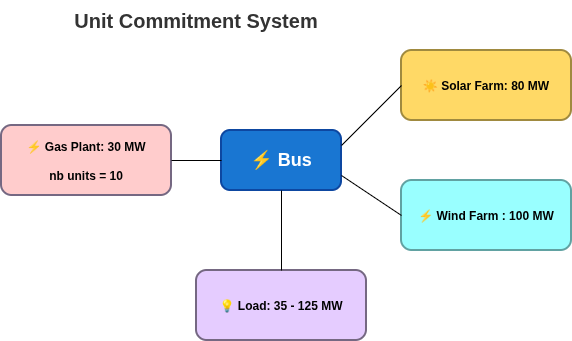
Above: doc/assets/2_Scheme_QSE2_Unit_Com_System.png in AntaresSimulatorTeam/GEMS (draw.io), before the change. Source tidied: cells renumbered, new cells last; positions are measured from the earlier drawing's top-left corner, leaving out a move shared by most shapes.
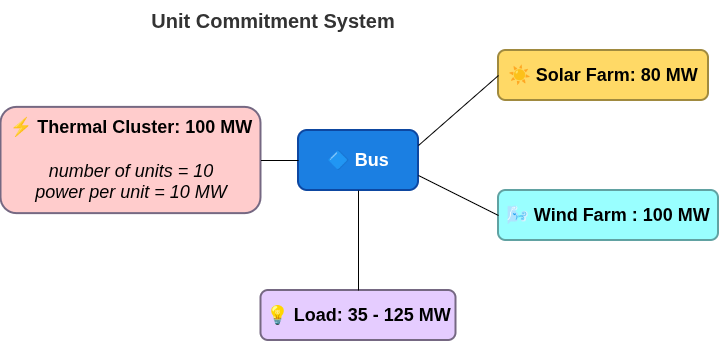
Above is the later version.

Commit message:
Rename theral cluster & Change the power max of cluster and units

Change to the diagram source:
```diff
@@ -2,32 +2,32 @@
   <root>
     <mxCell id="0" />
     <mxCell id="1" parent="0" />
-    <mxCell id="2" value="&lt;b style=&quot;color: rgb(0, 0, 0); font-size: 12px; text-align: left;&quot;&gt;☀️ Solar Farm: 80 MW&lt;/b&gt;" style="rounded=1;whiteSpace=wrap;html=1;fillColor=#FFD966;strokeColor=#A08A3F;strokeWidth=2;fontSize=14;fontColor=#FFFFFF;" parent="1" vertex="1">
-      <mxGeometry x="400" y="50" width="170" height="70" as="geometry" />
+    <mxCell id="2" value="&lt;b style=&quot;color: rgb(0, 0, 0); font-size: 18px; text-align: left;&quot;&gt;☀️ Solar Farm: 80 MW&lt;/b&gt;" style="rounded=1;whiteSpace=wrap;html=1;fillColor=#FFD966;strokeColor=#A08A3F;strokeWidth=2;fontSize=14;fontColor=#FFFFFF;" parent="1" vertex="1">
+      <mxGeometry x="420" y="50" width="210" height="50" as="geometry" />
     </mxCell>
-    <mxCell id="3" value="&lt;span style=&quot;font-size: 18px; font-weight: 700;&quot;&gt;⚡ Bus&lt;/span&gt;" style="rounded=1;whiteSpace=wrap;html=1;fillColor=#1976D2;strokeColor=#0D47A1;strokeWidth=2;fontSize=14;fontColor=#FFFFFF;" parent="1" vertex="1">
+    <mxCell id="3" value="&lt;span style=&quot;font-size: 18px; font-weight: 700;&quot;&gt;🔷 Bus&lt;/span&gt;" style="rounded=1;whiteSpace=wrap;html=1;fillColor=#1B7FE2;strokeColor=#0D47A1;strokeWidth=2;fontSize=14;fontColor=#FFFFFF;" parent="1" vertex="1">
       <mxGeometry x="220" y="130" width="120" height="60" as="geometry" />
     </mxCell>
     <mxCell id="4" value="Unit Commitment System" style="text;html=1;strokeColor=none;fillColor=none;align=center;verticalAlign=middle;whiteSpace=wrap;rounded=0;fontSize=20;fontStyle=1;fontColor=#333333;" parent="1" vertex="1">
       <mxGeometry x="60" width="270" height="40" as="geometry" />
     </mxCell>
     <mxCell id="5" style="group;" parent="1" vertex="1">
-      <mxGeometry x="195" y="270" width="170" height="70" as="geometry" />
+      <mxGeometry x="182.5" y="290" width="195" height="50" as="geometry" />
     </mxCell>
-    <mxCell id="6" value="&lt;span style=&quot;color: rgb(0, 0, 0); font-size: 12px; font-weight: 700; text-align: left;&quot;&gt;💡 Load: 35 - 125 MW&lt;/span&gt;" style="rounded=1;whiteSpace=wrap;html=1;fillColor=#E5CCFF;strokeColor=#756882;strokeWidth=2;fontSize=14;fontColor=#FFFFFF;" parent="5" vertex="1">
-      <mxGeometry width="170" height="70" as="geometry" />
+    <mxCell id="6" value="&lt;span style=&quot;color: rgb(0, 0, 0); font-size: 18px; font-weight: 700; text-align: left;&quot;&gt;💡 Load: 35 - 125 MW&lt;/span&gt;" style="rounded=1;whiteSpace=wrap;html=1;fillColor=#E5CCFF;strokeColor=#756882;strokeWidth=2;fontSize=14;fontColor=#FFFFFF;" parent="5" vertex="1">
+      <mxGeometry width="195" height="50" as="geometry" />
     </mxCell>
     <mxCell id="7" style="group;fillColor=none;" parent="1" vertex="1">
-      <mxGeometry x="400" y="180" width="170" height="70" as="geometry" />
+      <mxGeometry x="420" y="190" width="220" height="50" as="geometry" />
     </mxCell>
-    <mxCell id="8" value="&lt;b style=&quot;color: rgb(0, 0, 0); font-size: 12px;&quot;&gt;⚡ Wind Farm : 100 MW&lt;/b&gt;" style="rounded=1;whiteSpace=wrap;html=1;fillColor=#99FFFF;strokeColor=#61A2A2;strokeWidth=2;fontSize=14;fontColor=#FFFFFF;" parent="7" vertex="1">
-      <mxGeometry width="170" height="70" as="geometry" />
+    <mxCell id="8" value="&lt;b style=&quot;color: rgb(0, 0, 0); font-size: 18px;&quot;&gt;🌬️ Wind Farm : 100 MW&lt;/b&gt;" style="rounded=1;whiteSpace=wrap;html=1;fillColor=#99FFFF;strokeColor=#61A2A2;strokeWidth=2;fontSize=14;fontColor=#FFFFFF;" parent="7" vertex="1">
+      <mxGeometry width="220" height="50" as="geometry" />
     </mxCell>
     <mxCell id="9" style="group;" parent="1" vertex="1">
-      <mxGeometry y="125" width="170" height="70" as="geometry" />
+      <mxGeometry x="-77.5" y="106.9" width="260" height="106.2" as="geometry" />
     </mxCell>
-    <mxCell id="10" value="&lt;font style=&quot;font-size: 12px; color: rgb(0, 0, 0);&quot;&gt;&lt;b&gt;⚡ Gas Plant: 30 MW&lt;/b&gt;&lt;/font&gt;&lt;div style=&quot;font-size: 12px;&quot;&gt;&lt;font style=&quot;color: rgb(0, 0, 0);&quot;&gt;&lt;b&gt;&lt;br&gt;&lt;/b&gt;&lt;/font&gt;&lt;/div&gt;&lt;div style=&quot;font-size: 12px;&quot;&gt;&lt;font style=&quot;color: rgb(0, 0, 0);&quot;&gt;&lt;b&gt;nb units = 10&lt;/b&gt;&lt;/font&gt;&lt;/div&gt;" style="rounded=1;whiteSpace=wrap;html=1;fillColor=#FFCCCC;strokeColor=#756882;strokeWidth=2;fontSize=14;fontColor=#FFFFFF;" parent="9" vertex="1">
-      <mxGeometry width="170" height="70" as="geometry" />
+    <mxCell id="10" value="&lt;font style=&quot;font-size: 18px; color: rgb(0, 0, 0);&quot;&gt;&lt;b&gt;⚡ Thermal Cluster: 100 MW&lt;/b&gt;&lt;/font&gt;&lt;div style=&quot;font-size: 18px;&quot;&gt;&lt;font style=&quot;color: rgb(0, 0, 0);&quot;&gt;&lt;b&gt;&lt;br&gt;&lt;/b&gt;&lt;/font&gt;&lt;/div&gt;&lt;div style=&quot;font-size: 18px;&quot;&gt;&lt;font style=&quot;color: rgb(0, 0, 0);&quot;&gt;&lt;i&gt;number of units = 10&lt;/i&gt;&lt;/font&gt;&lt;/div&gt;&lt;div style=&quot;font-size: 18px;&quot;&gt;&lt;font style=&quot;color: rgb(0, 0, 0);&quot;&gt;&lt;i&gt;power per unit = 10 MW&lt;/i&gt;&lt;/font&gt;&lt;/div&gt;" style="rounded=1;whiteSpace=wrap;html=1;fillColor=#FFCCCC;strokeColor=#756882;strokeWidth=2;fontSize=14;fontColor=#FFFFFF;" parent="9" vertex="1">
+      <mxGeometry width="260" height="106.2" as="geometry" />
     </mxCell>
     <mxCell id="11" style="endArrow=none;html=1;rounded=0;entryX=0;entryY=0.5;entryDx=0;entryDy=0;exitX=1;exitY=0.5;exitDx=0;exitDy=0;" parent="1" edge="1" source="10" target="3">
       <mxGeometry relative="1" as="geometry" />
```
